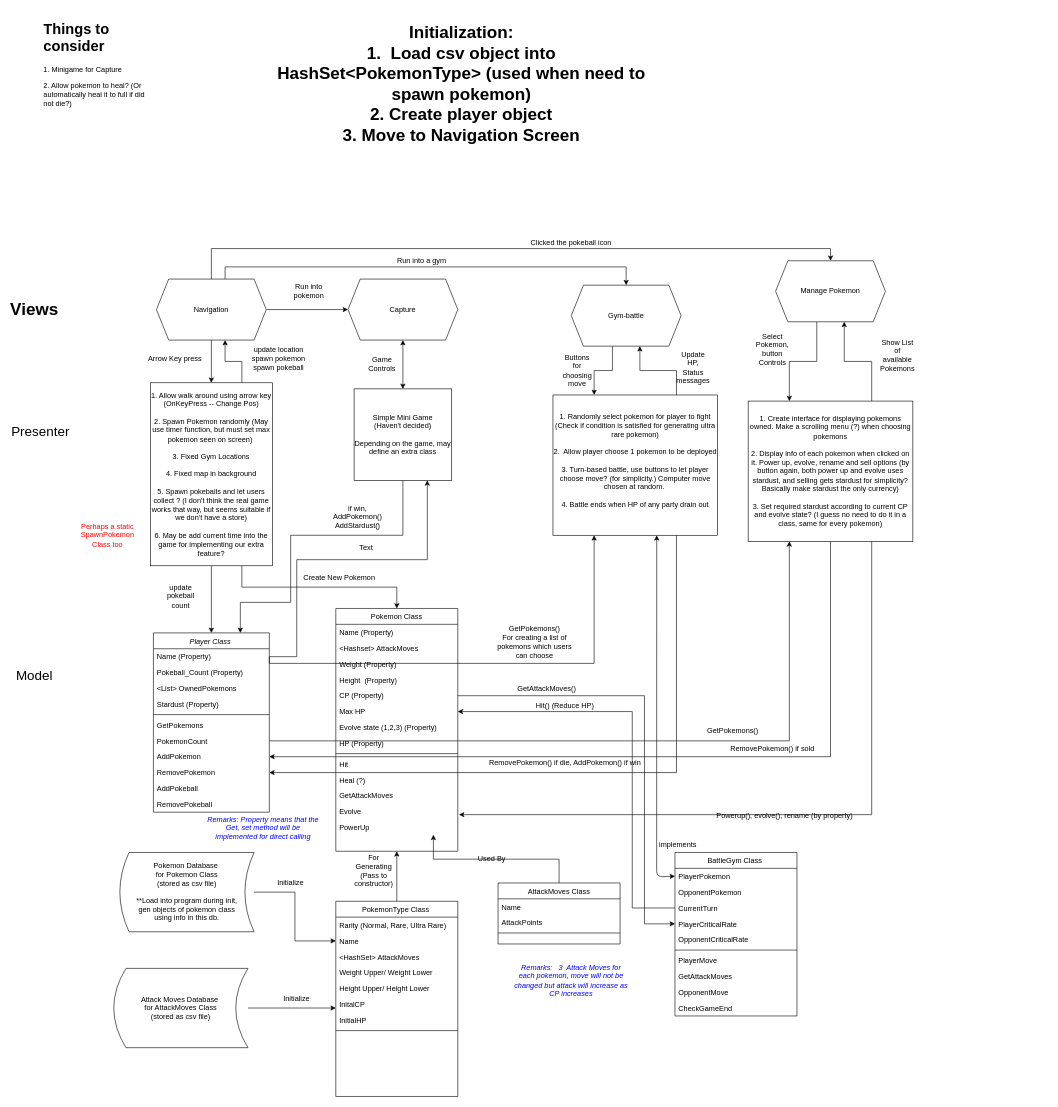
Earlier version of the draw.io diagram Untitled Diagram.drawio (tpmmthomas/ierg3080-pokemon-go). Source tidied: cells renumbered, new cells numbered last; positions are measured from the earlier drawing's top-left corner, leaving out a move shared by most shapes. Both pictures are drawn from the tidied source at 61%, with x=0, y=0 at pixel (22, 16).
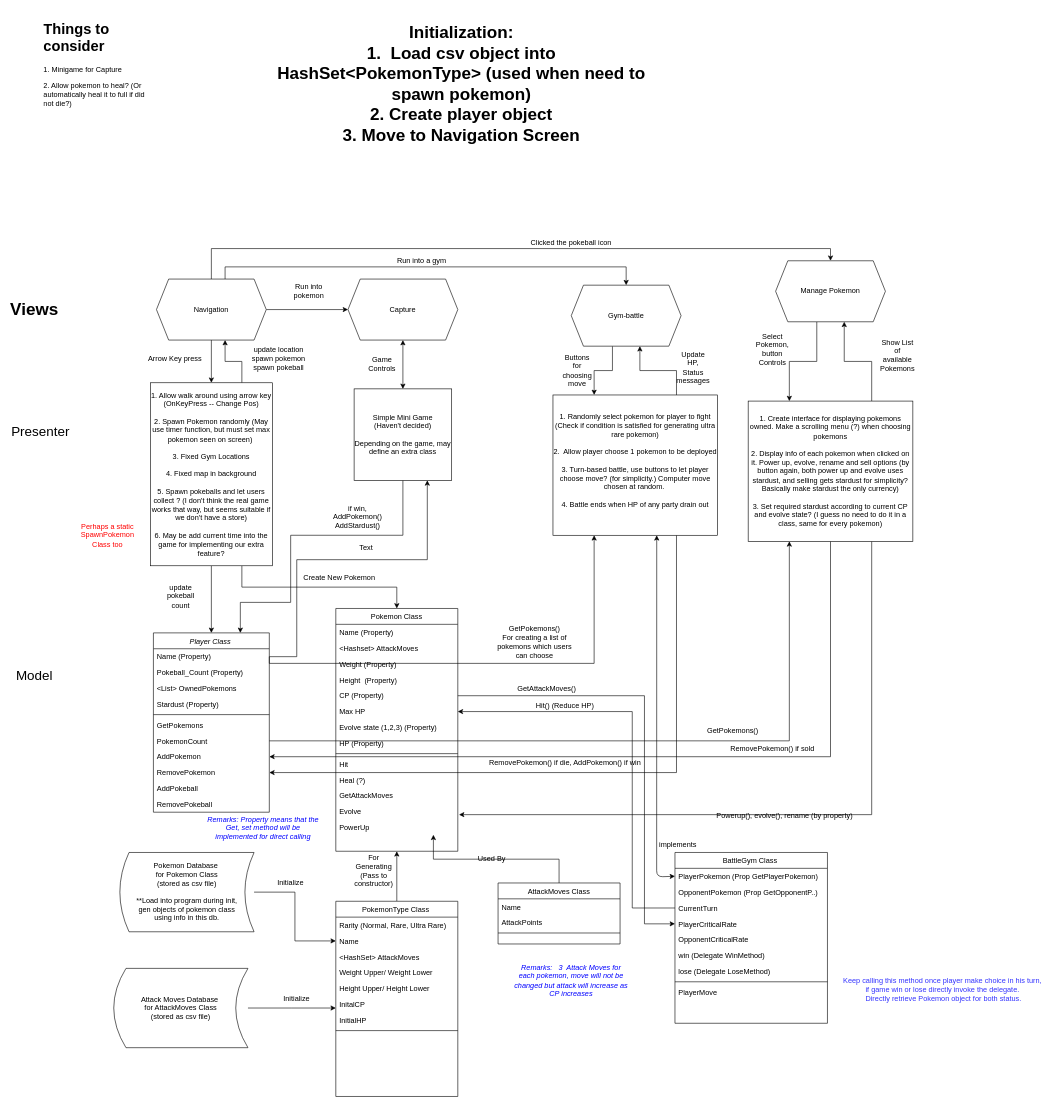
Above is the later version.

Change to the diagram source:
```diff
@@
     <mxCell id="109" value="BattleGym Class " style="swimlane;fontStyle=0;align=center;verticalAlign=top;horizontal=1;startSize=26;rounded=0;shadow=0;strokeWidth=1;" parent="1" vertex="1">
-      <mxGeometry x="1070" y="1370" width="200" height="268" as="geometry" />
+      <mxGeometry x="1070" y="1370" width="250" height="280" as="geometry" />
     </mxCell>
-    <mxCell id="110" value="PlayerPokemon" style="text;align=left;verticalAlign=top;spacingLeft=4;spacingRight=4;overflow=hidden;points=[[0,0.5],[1,0.5]];portConstraint=eastwest;" parent="109" vertex="1">
-      <mxGeometry y="26" width="200" height="26" as="geometry" />
+    <mxCell id="110" value="PlayerPokemon (Prop GetPlayerPokemon)" style="text;align=left;verticalAlign=top;spacingLeft=4;spacingRight=4;overflow=hidden;points=[[0,0.5],[1,0.5]];portConstraint=eastwest;" parent="109" vertex="1">
+      <mxGeometry y="26" width="250" height="26" as="geometry" />
     </mxCell>
-    <mxCell id="111" value="OpponentPokemon" style="text;align=left;verticalAlign=top;spacingLeft=4;spacingRight=4;overflow=hidden;rounded=0;shadow=0;html=0;" parent="109" vertex="1">
-      <mxGeometry y="52" width="200" height="26" as="geometry" />
+    <mxCell id="111" value="OpponentPokemon (Prop GetOpponentP..)" style="text;align=left;verticalAlign=top;spacingLeft=4;spacingRight=4;overflow=hidden;rounded=0;shadow=0;html=0;" parent="109" vertex="1">
+      <mxGeometry y="52" width="250" height="26" as="geometry" />
     </mxCell>
     <mxCell id="112" value="CurrentTurn" style="text;align=left;verticalAlign=top;spacingLeft=4;spacingRight=4;overflow=hidden;points=[[0,0.5],[1,0.5]];portConstraint=eastwest;rounded=0;shadow=0;html=0;" parent="109" vertex="1">
-      <mxGeometry y="78" width="200" height="26" as="geometry" />
+      <mxGeometry y="78" width="250" height="26" as="geometry" />
     </mxCell>
     <mxCell id="113" value="PlayerCriticalRate" style="text;align=left;verticalAlign=top;spacingLeft=4;spacingRight=4;overflow=hidden;points=[[0,0.5],[1,0.5]];portConstraint=eastwest;rounded=0;shadow=0;html=0;" parent="109" vertex="1">
-      <mxGeometry y="104" width="200" height="26" as="geometry" />
+      <mxGeometry y="104" width="250" height="26" as="geometry" />
     </mxCell>
+    <mxCell id="124" value="OpponentCriticalRate" style="text;align=left;verticalAlign=top;spacingLeft=4;spacingRight=4;overflow=hidden;rounded=0;shadow=0;html=0;" parent="109" vertex="1">
+      <mxGeometry y="130" width="250" height="26" as="geometry" />
+    </mxCell>
+    <mxCell id="125" value="win (Delegate WinMethod)" style="text;align=left;verticalAlign=top;spacingLeft=4;spacingRight=4;overflow=hidden;rounded=0;shadow=0;html=0;" parent="109" vertex="1">
+      <mxGeometry y="156" width="250" height="26" as="geometry" />
+    </mxCell>
-    <mxCell id="114" value="OpponentCriticalRate" style="text;align=left;verticalAlign=top;spacingLeft=4;spacingRight=4;overflow=hidden;rounded=0;shadow=0;html=0;" parent="109" vertex="1">
-      <mxGeometry y="130" width="200" height="26" as="geometry" />
+    <mxCell id="114" value="lose (Delegate LoseMethod)" style="text;align=left;verticalAlign=top;spacingLeft=4;spacingRight=4;overflow=hidden;rounded=0;shadow=0;html=0;" parent="109" vertex="1">
+      <mxGeometry y="182" width="250" height="26" as="geometry" />
     </mxCell>
     <mxCell id="115" style="line;html=1;strokeWidth=1;align=left;verticalAlign=middle;spacingTop=-1;spacingLeft=3;spacingRight=3;labelPosition=right;" parent="109" vertex="1">
-      <mxGeometry y="156" width="200" height="8" as="geometry" />
+      <mxGeometry y="208" width="250" height="8" as="geometry" />
     </mxCell>
     <mxCell id="116" value="PlayerMove" style="text;align=left;verticalAlign=top;spacingLeft=4;spacingRight=4;overflow=hidden;rounded=0;shadow=0;html=0;" parent="109" vertex="1">
-      <mxGeometry y="164" width="200" height="26" as="geometry" />
+      <mxGeometry y="216" width="250" height="26" as="geometry" />
     </mxCell>
-    <mxCell id="117" value="GetAttackMoves" style="text;align=left;verticalAlign=top;spacingLeft=4;spacingRight=4;overflow=hidden;" parent="109" vertex="1">
-      <mxGeometry y="190" width="200" height="26" as="geometry" />
-    </mxCell>
-    <mxCell id="118" value="OpponentMove" style="text;align=left;verticalAlign=top;spacingLeft=4;spacingRight=4;overflow=hidden;rounded=0;shadow=0;html=0;" parent="109" vertex="1">
-      <mxGeometry y="216" width="200" height="26" as="geometry" />
-    </mxCell>
-    <mxCell id="119" value="CheckGameEnd" style="text;align=left;verticalAlign=top;spacingLeft=4;spacingRight=4;overflow=hidden;rounded=0;shadow=0;html=0;" parent="109" vertex="1">
-      <mxGeometry y="242" width="200" height="26" as="geometry" />
-    </mxCell>
@@
+    <mxCell id="126" value="Keep calling this method once player make choice in his turn,&amp;nbsp;&lt;br&gt;if game win or lose directly invoke the delegate.&amp;nbsp;&lt;br&gt;Directly retrieve Pokemon object for both status." style="text;html=1;align=center;verticalAlign=middle;fontColor=#3333FF;" parent="1" vertex="1">
+      <mxGeometry x="1340" y="1570" width="340" height="50" as="geometry" />
+    </mxCell>
```
